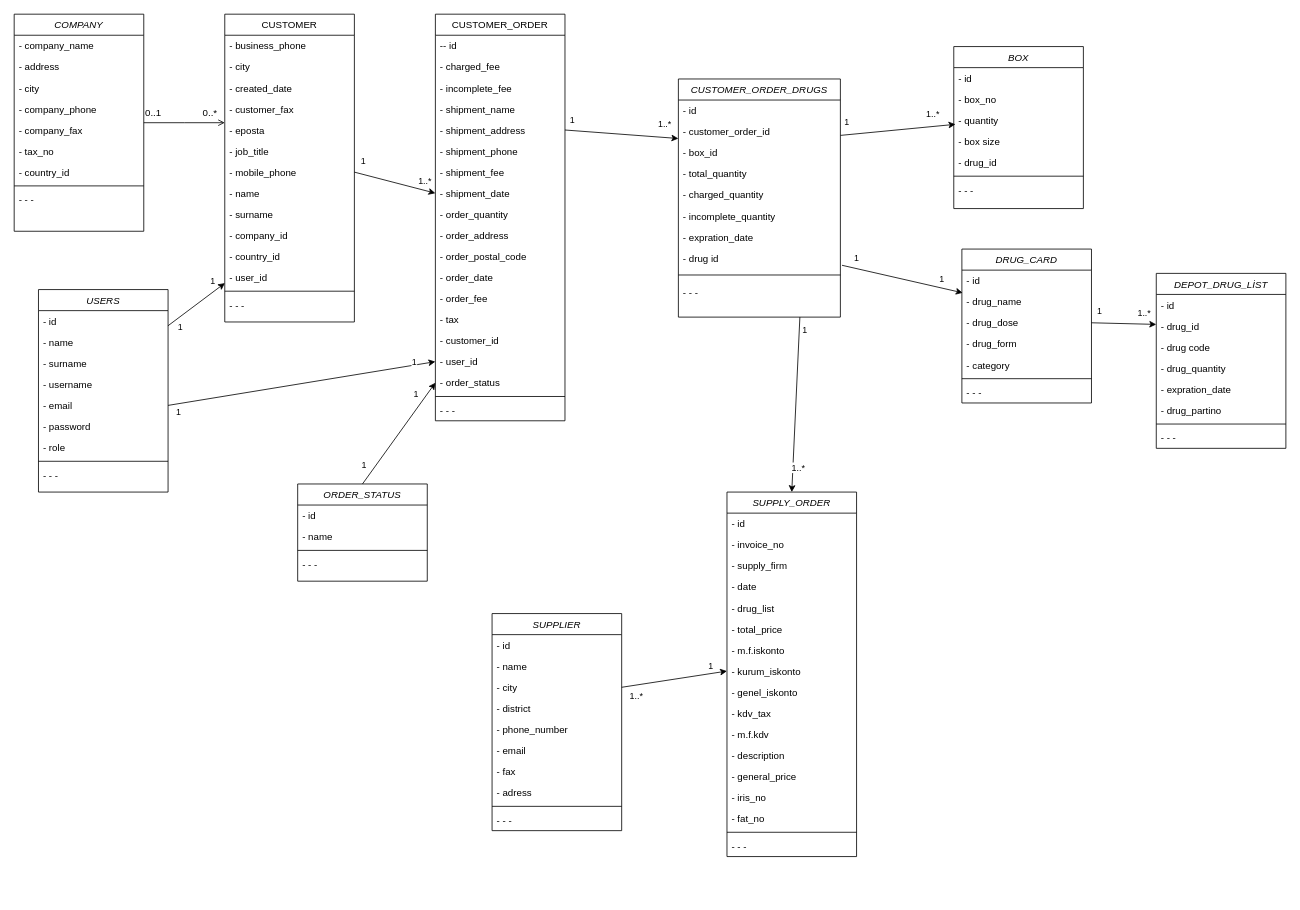
Above: Untitled Diagram.drawio in viacelal/diagram (draw.io), before the change. Source tidied: cells renumbered, new cells numbered last; positions are measured from the earlier drawing's top-left corner, leaving out a move shared by most shapes. Both pictures are drawn from the tidied source at 81%, with x=0, y=0 at pixel (14, 14).
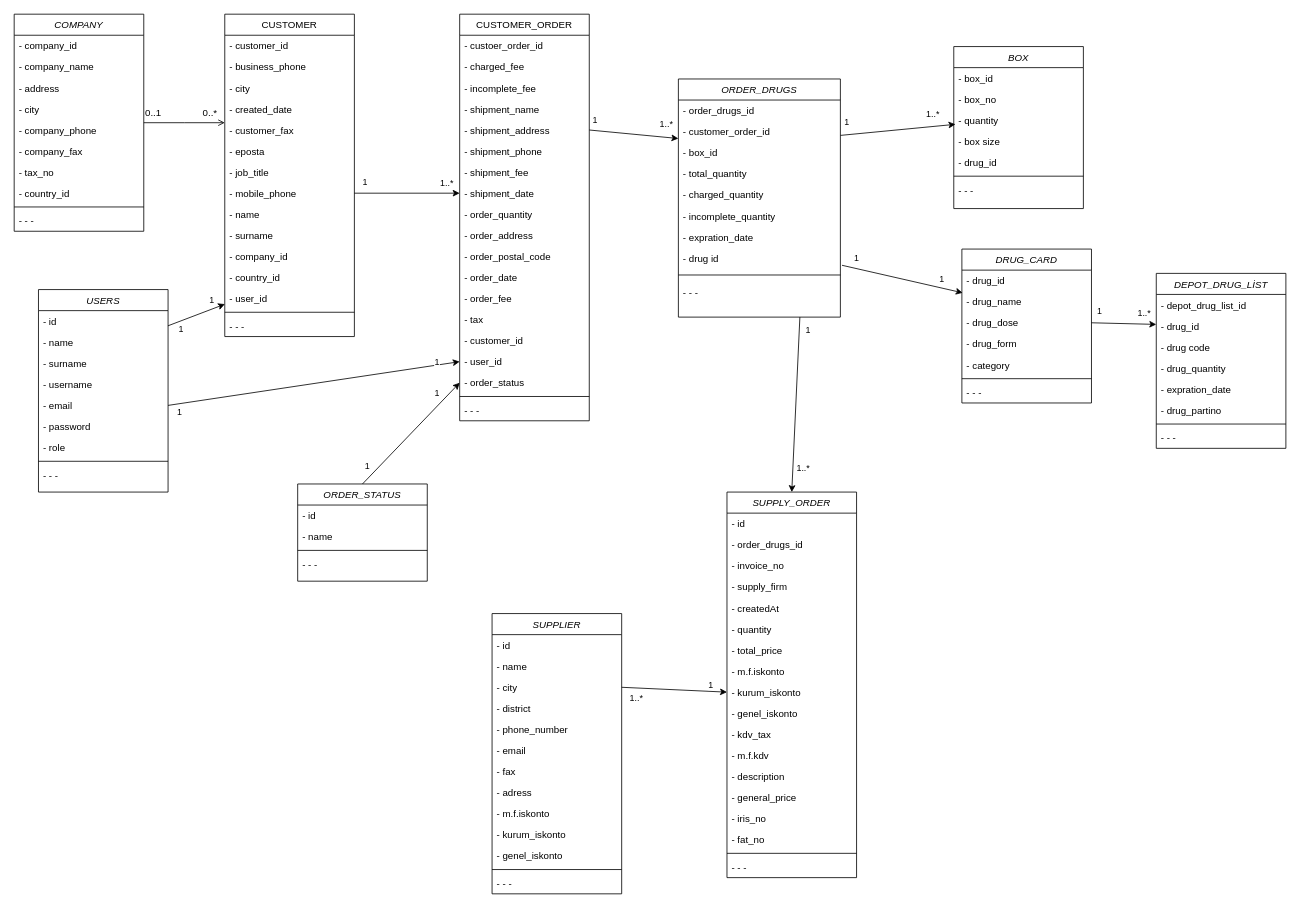
The same diagram, later.

The change refers to these unchanged cells:
```xml
<mxCell id="2" value="COMPANY&#10;" style="swimlane;fontStyle=2;align=center;verticalAlign=top;horizontal=1;startSize=26;rounded=0;shadow=0;strokeWidth=1;" parent="1" vertex="1">
  <mxGeometry width="160" height="268" as="geometry" />
</mxCell>
<mxCell id="104" value="BOX" style="swimlane;fontStyle=2;align=center;verticalAlign=top;horizontal=1;startSize=26;rounded=0;shadow=0;strokeWidth=1;" parent="1" vertex="1">
  <mxGeometry x="1160" y="40" width="160" height="200" as="geometry" />
</mxCell>
<mxCell id="112" value="DEPOT_DRUG_LİST" style="swimlane;fontStyle=2;align=center;verticalAlign=top;horizontal=1;startSize=26;rounded=0;shadow=0;strokeWidth=1;" parent="1" vertex="1">
  <mxGeometry x="1410" y="320" width="160" height="216" as="geometry" />
</mxCell>
<mxCell id="138" style="endArrow=classic;html=1;entryX=0.5;entryY=0;entryDx=0;entryDy=0;exitX=0.75;exitY=1;exitDx=0;exitDy=0;" parent="1" edge="1" source="53" target="83">
  <mxGeometry relative="1" as="geometry" />
</mxCell>
<mxCell id="149" value="DRUG_CARD" style="swimlane;fontStyle=2;align=center;verticalAlign=top;horizontal=1;startSize=26;rounded=0;shadow=0;strokeWidth=1;" parent="1" vertex="1">
  <mxGeometry x="1170" y="290" width="160" height="190" as="geometry" />
</mxCell>
```

What changed in the source:
```diff
@@
+    <mxCell id="160" value="- company_id" style="text;align=left;verticalAlign=top;spacingLeft=4;spacingRight=4;overflow=hidden;" parent="2" vertex="1">
+      <mxGeometry y="26" width="160" height="26" as="geometry" />
+    </mxCell>
     <mxCell id="3" value="- company_name" style="text;align=left;verticalAlign=top;spacingLeft=4;spacingRight=4;overflow=hidden;" parent="2" vertex="1">
-      <mxGeometry y="26" width="160" height="26" as="geometry" />
+      <mxGeometry y="52" width="160" height="26" as="geometry" />
     </mxCell>
     <mxCell id="4" value="- address" style="text;align=left;verticalAlign=top;spacingLeft=4;spacingRight=4;overflow=hidden;" parent="2" vertex="1">
-      <mxGeometry y="52" width="160" height="26" as="geometry" />
+      <mxGeometry y="78" width="160" height="26" as="geometry" />
     </mxCell>
     <mxCell id="5" value="- city" style="text;align=left;verticalAlign=top;spacingLeft=4;spacingRight=4;overflow=hidden;" parent="2" vertex="1">
-      <mxGeometry y="78" width="160" height="26" as="geometry" />
+      <mxGeometry y="104" width="160" height="26" as="geometry" />
     </mxCell>
     <mxCell id="6" value="- company_phone" style="text;align=left;verticalAlign=top;spacingLeft=4;spacingRight=4;overflow=hidden;rounded=0;shadow=0;html=0;" parent="2" vertex="1">
-      <mxGeometry y="104" width="160" height="26" as="geometry" />
+      <mxGeometry y="130" width="160" height="26" as="geometry" />
     </mxCell>
     <mxCell id="7" value="- company_fax" style="text;align=left;verticalAlign=top;spacingLeft=4;spacingRight=4;overflow=hidden;rounded=0;shadow=0;html=0;" parent="2" vertex="1">
-      <mxGeometry y="130" width="160" height="26" as="geometry" />
+      <mxGeometry y="156" width="160" height="26" as="geometry" />
     </mxCell>
     <mxCell id="8" value="- tax_no" style="text;align=left;verticalAlign=top;spacingLeft=4;spacingRight=4;overflow=hidden;rounded=0;shadow=0;html=0;" parent="2" vertex="1">
-      <mxGeometry y="156" width="160" height="26" as="geometry" />
+      <mxGeometry y="182" width="160" height="26" as="geometry" />
     </mxCell>
     <mxCell id="9" value="- country_id" style="text;align=left;verticalAlign=top;spacingLeft=4;spacingRight=4;overflow=hidden;rounded=0;shadow=0;html=0;" parent="2" vertex="1">
-      <mxGeometry y="182" width="160" height="26" as="geometry" />
+      <mxGeometry y="208" width="160" height="26" as="geometry" />
     </mxCell>
     <mxCell id="10" style="line;html=1;strokeWidth=1;align=left;verticalAlign=middle;spacingTop=-1;spacingLeft=3;spacingRight=3;labelPosition=right;" parent="2" vertex="1">
-      <mxGeometry y="208" width="160" height="8" as="geometry" />
+      <mxGeometry y="234" width="160" height="8" as="geometry" />
     </mxCell>
     <mxCell id="11" value="- - - " style="text;align=left;verticalAlign=top;spacingLeft=4;spacingRight=4;overflow=hidden;" parent="2" vertex="1">
-      <mxGeometry y="216" width="160" height="26" as="geometry" />
+      <mxGeometry y="242" width="160" height="26" as="geometry" />
     </mxCell>
     <mxCell id="12" value="CUSTOMER&#10;" style="swimlane;fontStyle=0;align=center;verticalAlign=top;horizontal=1;startSize=26;rounded=0;shadow=0;strokeWidth=1;" parent="1" vertex="1">
-      <mxGeometry x="260" width="160" height="380" as="geometry" />
+      <mxGeometry x="260" width="160" height="398" as="geometry" />
     </mxCell>
-    <mxCell id="13" value="- business_phone" style="text;align=left;verticalAlign=top;spacingLeft=4;spacingRight=4;overflow=hidden;" parent="12" vertex="1">
+    <mxCell id="13" value="- customer_id" style="text;align=left;verticalAlign=top;spacingLeft=4;spacingRight=4;overflow=hidden;" parent="12" vertex="1">
       <mxGeometry y="26" width="160" height="26" as="geometry" />
     </mxCell>
+    <mxCell id="161" value="- business_phone" style="text;align=left;verticalAlign=top;spacingLeft=4;spacingRight=4;overflow=hidden;" parent="12" vertex="1">
+      <mxGeometry y="52" width="160" height="26" as="geometry" />
+    </mxCell>
     <mxCell id="14" value="- city" style="text;align=left;verticalAlign=top;spacingLeft=4;spacingRight=4;overflow=hidden;" parent="12" vertex="1">
-      <mxGeometry y="52" width="160" height="26" as="geometry" />
+      <mxGeometry y="78" width="160" height="26" as="geometry" />
     </mxCell>
     <mxCell id="15" value="- created_date" style="text;align=left;verticalAlign=top;spacingLeft=4;spacingRight=4;overflow=hidden;" parent="12" vertex="1">
-      <mxGeometry y="78" width="160" height="26" as="geometry" />
+      <mxGeometry y="104" width="160" height="26" as="geometry" />
     </mxCell>
     <mxCell id="16" value="- customer_fax" style="text;align=left;verticalAlign=top;spacingLeft=4;spacingRight=4;overflow=hidden;" parent="12" vertex="1">
-      <mxGeometry y="104" width="160" height="26" as="geometry" />
+      <mxGeometry y="130" width="160" height="26" as="geometry" />
     </mxCell>
     <mxCell id="17" value="- eposta" style="text;align=left;verticalAlign=top;spacingLeft=4;spacingRight=4;overflow=hidden;rounded=0;shadow=0;html=0;" parent="12" vertex="1">
-      <mxGeometry y="130" width="160" height="26" as="geometry" />
+      <mxGeometry y="156" width="160" height="26" as="geometry" />
     </mxCell>
     <mxCell id="18" value="- job_title" style="text;align=left;verticalAlign=top;spacingLeft=4;spacingRight=4;overflow=hidden;rounded=0;shadow=0;html=0;" parent="12" vertex="1">
-      <mxGeometry y="156" width="160" height="26" as="geometry" />
+      <mxGeometry y="182" width="160" height="26" as="geometry" />
     </mxCell>
     <mxCell id="19" value="- mobile_phone&#10;" style="text;align=left;verticalAlign=top;spacingLeft=4;spacingRight=4;overflow=hidden;points=[[0,0.5],[1,0.5]];portConstraint=eastwest;rounded=0;shadow=0;html=0;" parent="12" vertex="1">
-      <mxGeometry y="182" width="160" height="26" as="geometry" />
+      <mxGeometry y="208" width="160" height="26" as="geometry" />
     </mxCell>
     <mxCell id="20" value="- name" style="text;align=left;verticalAlign=top;spacingLeft=4;spacingRight=4;overflow=hidden;rounded=0;shadow=0;html=0;" parent="12" vertex="1">
-      <mxGeometry y="208" width="160" height="26" as="geometry" />
+      <mxGeometry y="234" width="160" height="26" as="geometry" />
     </mxCell>
     <mxCell id="21" value="- surname" style="text;align=left;verticalAlign=top;spacingLeft=4;spacingRight=4;overflow=hidden;rounded=0;shadow=0;html=0;" parent="12" vertex="1">
-      <mxGeometry y="234" width="160" height="26" as="geometry" />
+      <mxGeometry y="260" width="160" height="26" as="geometry" />
     </mxCell>
     <mxCell id="22" value="- company_id" style="text;align=left;verticalAlign=top;spacingLeft=4;spacingRight=4;overflow=hidden;rounded=0;shadow=0;html=0;" parent="12" vertex="1">
-      <mxGeometry y="260" width="160" height="26" as="geometry" />
+      <mxGeometry y="286" width="160" height="26" as="geometry" />
     </mxCell>
     <mxCell id="23" value="- country_id" style="text;align=left;verticalAlign=top;spacingLeft=4;spacingRight=4;overflow=hidden;rounded=0;shadow=0;html=0;" parent="12" vertex="1">
-      <mxGeometry y="286" width="160" height="26" as="geometry" />
+      <mxGeometry y="312" width="160" height="26" as="geometry" />
     </mxCell>
     <mxCell id="24" value="- user_id" style="text;align=left;verticalAlign=top;spacingLeft=4;spacingRight=4;overflow=hidden;points=[[0,0.5],[1,0.5]];portConstraint=eastwest;rounded=0;shadow=0;html=0;" parent="12" vertex="1">
-      <mxGeometry y="312" width="160" height="26" as="geometry" />
+      <mxGeometry y="338" width="160" height="26" as="geometry" />
     </mxCell>
     <mxCell id="25" style="line;html=1;strokeWidth=1;align=left;verticalAlign=middle;spacingTop=-1;spacingLeft=3;spacingRight=3;labelPosition=right;" parent="12" vertex="1">
-      <mxGeometry y="338" width="160" height="8" as="geometry" />
+      <mxGeometry y="364" width="160" height="8" as="geometry" />
     </mxCell>
     <mxCell id="26" value="- - - " style="text;align=left;verticalAlign=top;spacingLeft=4;spacingRight=4;overflow=hidden;" parent="12" vertex="1">
-      <mxGeometry y="346" width="160" height="26" as="geometry" />
+      <mxGeometry y="372" width="160" height="26" as="geometry" />
     </mxCell>
@@
     <mxCell id="30" value="CUSTOMER_ORDER" style="swimlane;fontStyle=0;align=center;verticalAlign=top;horizontal=1;startSize=26;rounded=0;shadow=0;strokeWidth=1;" parent="1" vertex="1">
-      <mxGeometry x="520" width="160" height="502" as="geometry" />
+      <mxGeometry x="550" width="160" height="502" as="geometry" />
     </mxCell>
-    <mxCell id="31" value="-- id" style="text;align=left;verticalAlign=top;spacingLeft=4;spacingRight=4;overflow=hidden;" parent="30" vertex="1">
+    <mxCell id="31" value="- custoer_order_id" style="text;align=left;verticalAlign=top;spacingLeft=4;spacingRight=4;overflow=hidden;" parent="30" vertex="1">
       <mxGeometry y="26" width="160" height="26" as="geometry" />
     </mxCell>
@@
-    <mxCell id="53" value="CUSTOMER_ORDER_DRUGS" style="swimlane;fontStyle=2;align=center;verticalAlign=top;horizontal=1;startSize=26;rounded=0;shadow=0;strokeWidth=1;" parent="1" vertex="1">
+    <mxCell id="53" value="ORDER_DRUGS" style="swimlane;fontStyle=2;align=center;verticalAlign=top;horizontal=1;startSize=26;rounded=0;shadow=0;strokeWidth=1;" parent="1" vertex="1">
       <mxGeometry x="820" y="80" width="200" height="294" as="geometry" />
     </mxCell>
-    <mxCell id="54" value="- id" style="text;align=left;verticalAlign=top;spacingLeft=4;spacingRight=4;overflow=hidden;" parent="53" vertex="1">
+    <mxCell id="54" value="- order_drugs_id" style="text;align=left;verticalAlign=top;spacingLeft=4;spacingRight=4;overflow=hidden;" parent="53" vertex="1">
       <mxGeometry y="26" width="200" height="26" as="geometry" />
     </mxCell>
@@
     <mxCell id="83" value="SUPPLY_ORDER" style="swimlane;fontStyle=2;align=center;verticalAlign=top;horizontal=1;startSize=26;rounded=0;shadow=0;strokeWidth=1;" parent="1" vertex="1">
-      <mxGeometry x="880" y="590" width="160" height="450" as="geometry" />
+      <mxGeometry x="880" y="590" width="160" height="476" as="geometry" />
     </mxCell>
@@
-    <mxCell id="85" value="- invoice_no" style="text;align=left;verticalAlign=top;spacingLeft=4;spacingRight=4;overflow=hidden;" parent="83" vertex="1">
+    <mxCell id="85" value="- order_drugs_id" style="text;align=left;verticalAlign=top;spacingLeft=4;spacingRight=4;overflow=hidden;" parent="83" vertex="1">
       <mxGeometry y="52" width="160" height="26" as="geometry" />
     </mxCell>
+    <mxCell id="162" value="- invoice_no" style="text;align=left;verticalAlign=top;spacingLeft=4;spacingRight=4;overflow=hidden;" parent="83" vertex="1">
+      <mxGeometry y="78" width="160" height="26" as="geometry" />
+    </mxCell>
     <mxCell id="86" value="- supply_firm" style="text;align=left;verticalAlign=top;spacingLeft=4;spacingRight=4;overflow=hidden;" parent="83" vertex="1">
-      <mxGeometry y="78" width="160" height="26" as="geometry" />
+      <mxGeometry y="104" width="160" height="26" as="geometry" />
     </mxCell>
-    <mxCell id="87" value="- date" style="text;align=left;verticalAlign=top;spacingLeft=4;spacingRight=4;overflow=hidden;" parent="83" vertex="1">
-      <mxGeometry y="104" width="160" height="26" as="geometry" />
+    <mxCell id="87" value="- createdAt" style="text;align=left;verticalAlign=top;spacingLeft=4;spacingRight=4;overflow=hidden;" parent="83" vertex="1">
+      <mxGeometry y="130" width="160" height="26" as="geometry" />
     </mxCell>
-    <mxCell id="88" value="- drug_list" style="text;align=left;verticalAlign=top;spacingLeft=4;spacingRight=4;overflow=hidden;" parent="83" vertex="1">
-      <mxGeometry y="130" width="160" height="26" as="geometry" />
+    <mxCell id="88" value="- quantity" style="text;align=left;verticalAlign=top;spacingLeft=4;spacingRight=4;overflow=hidden;" parent="83" vertex="1">
+      <mxGeometry y="156" width="160" height="26" as="geometry" />
     </mxCell>
     <mxCell id="89" value="- total_price" style="text;align=left;verticalAlign=top;spacingLeft=4;spacingRight=4;overflow=hidden;" parent="83" vertex="1">
-      <mxGeometry y="156" width="160" height="26" as="geometry" />
+      <mxGeometry y="182" width="160" height="26" as="geometry" />
     </mxCell>
     <mxCell id="90" value="- m.f.iskonto" style="text;align=left;verticalAlign=top;spacingLeft=4;spacingRight=4;overflow=hidden;" parent="83" vertex="1">
-      <mxGeometry y="182" width="160" height="26" as="geometry" />
+      <mxGeometry y="208" width="160" height="26" as="geometry" />
     </mxCell>
     <mxCell id="91" value="- kurum_iskonto" style="text;align=left;verticalAlign=top;spacingLeft=4;spacingRight=4;overflow=hidden;points=[[0,0.5],[1,0.5]];portConstraint=eastwest;" parent="83" vertex="1">
-      <mxGeometry y="208" width="160" height="26" as="geometry" />
+      <mxGeometry y="234" width="160" height="26" as="geometry" />
     </mxCell>
     <mxCell id="92" value="- genel_iskonto" style="text;align=left;verticalAlign=top;spacingLeft=4;spacingRight=4;overflow=hidden;" parent="83" vertex="1">
-      <mxGeometry y="234" width="160" height="26" as="geometry" />
+      <mxGeometry y="260" width="160" height="26" as="geometry" />
     </mxCell>
     <mxCell id="93" value="- kdv_tax" style="text;align=left;verticalAlign=top;spacingLeft=4;spacingRight=4;overflow=hidden;" parent="83" vertex="1">
-      <mxGeometry y="260" width="160" height="26" as="geometry" />
+      <mxGeometry y="286" width="160" height="26" as="geometry" />
     </mxCell>
     <mxCell id="94" value="- m.f.kdv" style="text;align=left;verticalAlign=top;spacingLeft=4;spacingRight=4;overflow=hidden;" parent="83" vertex="1">
-      <mxGeometry y="286" width="160" height="26" as="geometry" />
+      <mxGeometry y="312" width="160" height="26" as="geometry" />
     </mxCell>
     <mxCell id="95" value="- description" style="text;align=left;verticalAlign=top;spacingLeft=4;spacingRight=4;overflow=hidden;" parent="83" vertex="1">
-      <mxGeometry y="312" width="160" height="26" as="geometry" />
+      <mxGeometry y="338" width="160" height="26" as="geometry" />
     </mxCell>
     <mxCell id="96" value="- general_price" style="text;align=left;verticalAlign=top;spacingLeft=4;spacingRight=4;overflow=hidden;" parent="83" vertex="1">
-      <mxGeometry y="338" width="160" height="26" as="geometry" />
+      <mxGeometry y="364" width="160" height="26" as="geometry" />
     </mxCell>
     <mxCell id="97" value="- iris_no" style="text;align=left;verticalAlign=top;spacingLeft=4;spacingRight=4;overflow=hidden;" parent="83" vertex="1">
-      <mxGeometry y="364" width="160" height="26" as="geometry" />
+      <mxGeometry y="390" width="160" height="26" as="geometry" />
     </mxCell>
     <mxCell id="98" value="- fat_no" style="text;align=left;verticalAlign=top;spacingLeft=4;spacingRight=4;overflow=hidden;" parent="83" vertex="1">
-      <mxGeometry y="390" width="160" height="26" as="geometry" />
+      <mxGeometry y="416" width="160" height="26" as="geometry" />
     </mxCell>
     <mxCell id="99" style="line;html=1;strokeWidth=1;align=left;verticalAlign=middle;spacingTop=-1;spacingLeft=3;spacingRight=3;labelPosition=right;" parent="83" vertex="1">
-      <mxGeometry y="416" width="160" height="8" as="geometry" />
+      <mxGeometry y="442" width="160" height="8" as="geometry" />
     </mxCell>
     <mxCell id="100" value="- - -" style="text;align=left;verticalAlign=top;spacingLeft=4;spacingRight=4;overflow=hidden;" parent="83" vertex="1">
-      <mxGeometry y="424" width="160" height="26" as="geometry" />
+      <mxGeometry y="450" width="160" height="26" as="geometry" />
     </mxCell>
@@
-    <mxCell id="105" value="- id" style="text;align=left;verticalAlign=top;spacingLeft=4;spacingRight=4;overflow=hidden;" parent="104" vertex="1">
+    <mxCell id="105" value="- box_id" style="text;align=left;verticalAlign=top;spacingLeft=4;spacingRight=4;overflow=hidden;" parent="104" vertex="1">
       <mxGeometry y="26" width="160" height="26" as="geometry" />
     </mxCell>
@@
-    <mxCell id="113" value="- id" style="text;align=left;verticalAlign=top;spacingLeft=4;spacingRight=4;overflow=hidden;" parent="112" vertex="1">
+    <mxCell id="113" value="- depot_drug_list_id" style="text;align=left;verticalAlign=top;spacingLeft=4;spacingRight=4;overflow=hidden;" parent="112" vertex="1">
       <mxGeometry y="26" width="160" height="26" as="geometry" />
     </mxCell>
@@
     <mxCell id="124" value="SUPPLIER" style="swimlane;fontStyle=2;align=center;verticalAlign=top;horizontal=1;startSize=26;rounded=0;shadow=0;strokeWidth=1;" parent="1" vertex="1">
-      <mxGeometry x="590" y="740" width="160" height="268" as="geometry" />
+      <mxGeometry x="590" y="740" width="160" height="346" as="geometry" />
     </mxCell>
@@
+    <mxCell id="163" value="- m.f.iskonto" style="text;align=left;verticalAlign=top;spacingLeft=4;spacingRight=4;overflow=hidden;rounded=0;shadow=0;html=0;" parent="124" vertex="1">
+      <mxGeometry y="234" width="160" height="26" as="geometry" />
+    </mxCell>
+    <mxCell id="164" value="- kurum_iskonto" style="text;align=left;verticalAlign=top;spacingLeft=4;spacingRight=4;overflow=hidden;rounded=0;shadow=0;html=0;" parent="124" vertex="1">
+      <mxGeometry y="260" width="160" height="26" as="geometry" />
+    </mxCell>
+    <mxCell id="165" value="- genel_iskonto" style="text;align=left;verticalAlign=top;spacingLeft=4;spacingRight=4;overflow=hidden;rounded=0;shadow=0;html=0;" parent="124" vertex="1">
+      <mxGeometry y="286" width="160" height="26" as="geometry" />
+    </mxCell>
     <mxCell id="133" style="line;html=1;strokeWidth=1;align=left;verticalAlign=middle;spacingTop=-1;spacingLeft=3;spacingRight=3;labelPosition=right;" parent="124" vertex="1">
-      <mxGeometry y="234" width="160" height="8" as="geometry" />
+      <mxGeometry y="312" width="160" height="8" as="geometry" />
     </mxCell>
     <mxCell id="134" value="- - -" style="text;align=left;verticalAlign=top;spacingLeft=4;spacingRight=4;overflow=hidden;" parent="124" vertex="1">
-      <mxGeometry y="242" width="160" height="26" as="geometry" />
+      <mxGeometry y="320" width="160" height="26" as="geometry" />
     </mxCell>
@@
     <mxCell id="139" value="1" style="edgeLabel;html=1;align=center;verticalAlign=middle;" parent="138" vertex="1">
       <mxGeometry x="-0.8" y="6" relative="1" as="geometry">
-        <mxPoint x="1" y="-7" as="offset" />
+        <mxPoint x="5" y="-7" as="offset" />
       </mxGeometry>
     </mxCell>
     <mxCell id="140" value="&lt;div&gt;1..*&lt;/div&gt;" style="edgeLabel;html=1;align=center;verticalAlign=middle;" parent="138" vertex="1">
       <mxGeometry x="0.86" y="-1" relative="1" as="geometry">
-        <mxPoint x="8" y="-15" as="offset" />
+        <mxPoint x="14" y="-15" as="offset" />
       </mxGeometry>
     </mxCell>
@@
-    <mxCell id="150" value="- id" style="text;align=left;verticalAlign=top;spacingLeft=4;spacingRight=4;overflow=hidden;points=[[0,0.5],[1,0.5]];portConstraint=eastwest;" parent="149" vertex="1">
+    <mxCell id="150" value="- drug_id" style="text;align=left;verticalAlign=top;spacingLeft=4;spacingRight=4;overflow=hidden;points=[[0,0.5],[1,0.5]];portConstraint=eastwest;" parent="149" vertex="1">
       <mxGeometry y="26" width="160" height="26" as="geometry" />
     </mxCell>
```
